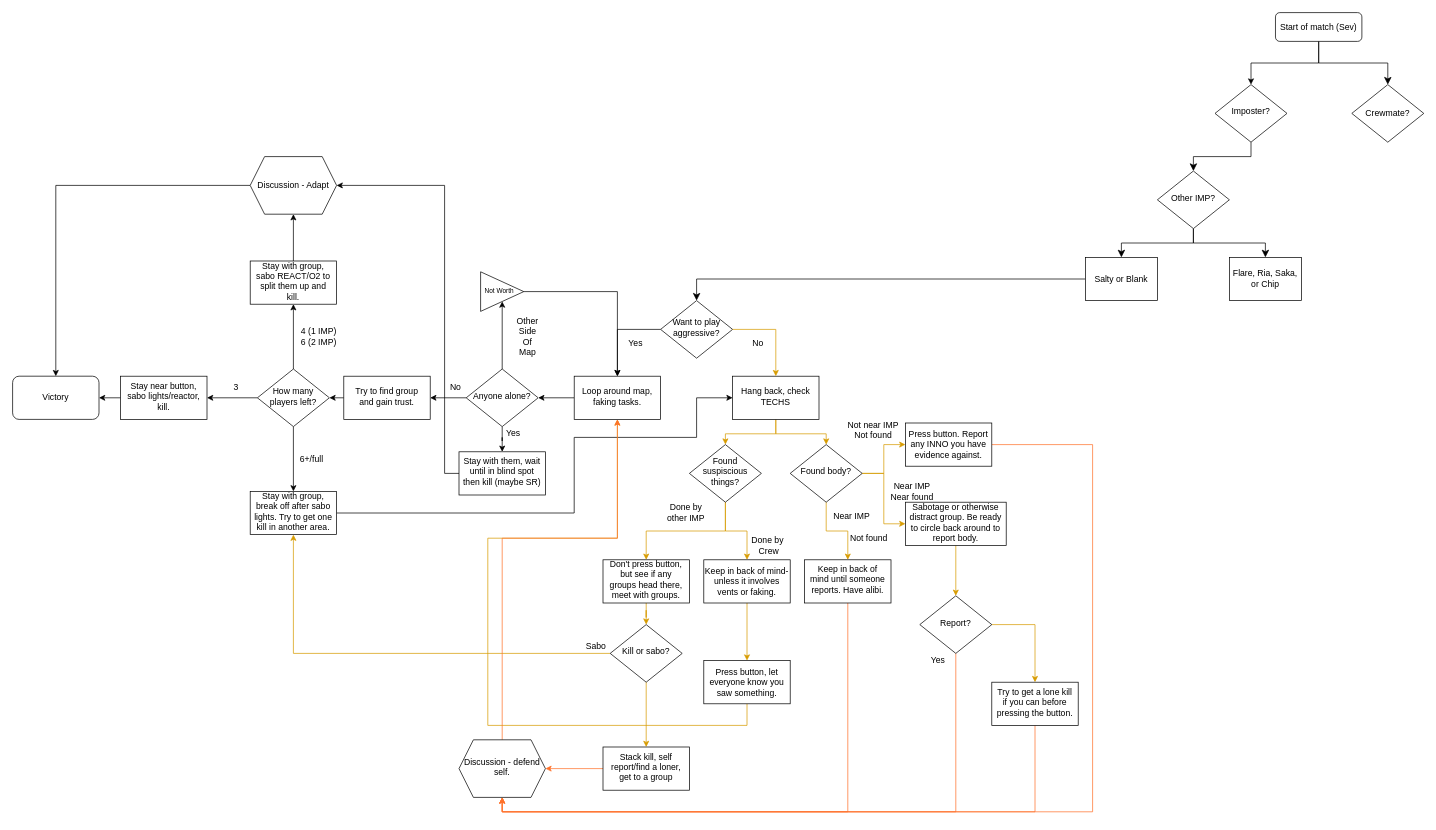
Earlier version of the draw.io diagram Untitled Diagram.drawio (noclueumbreon/My_Projects-ruby-). Source tidied: cells renumbered, new cells numbered last; positions are measured from the earlier drawing's top-left corner, leaving out a move shared by most shapes. Both pictures are drawn from the tidied source at 72%, with x=0, y=0 at pixel (12, 12).
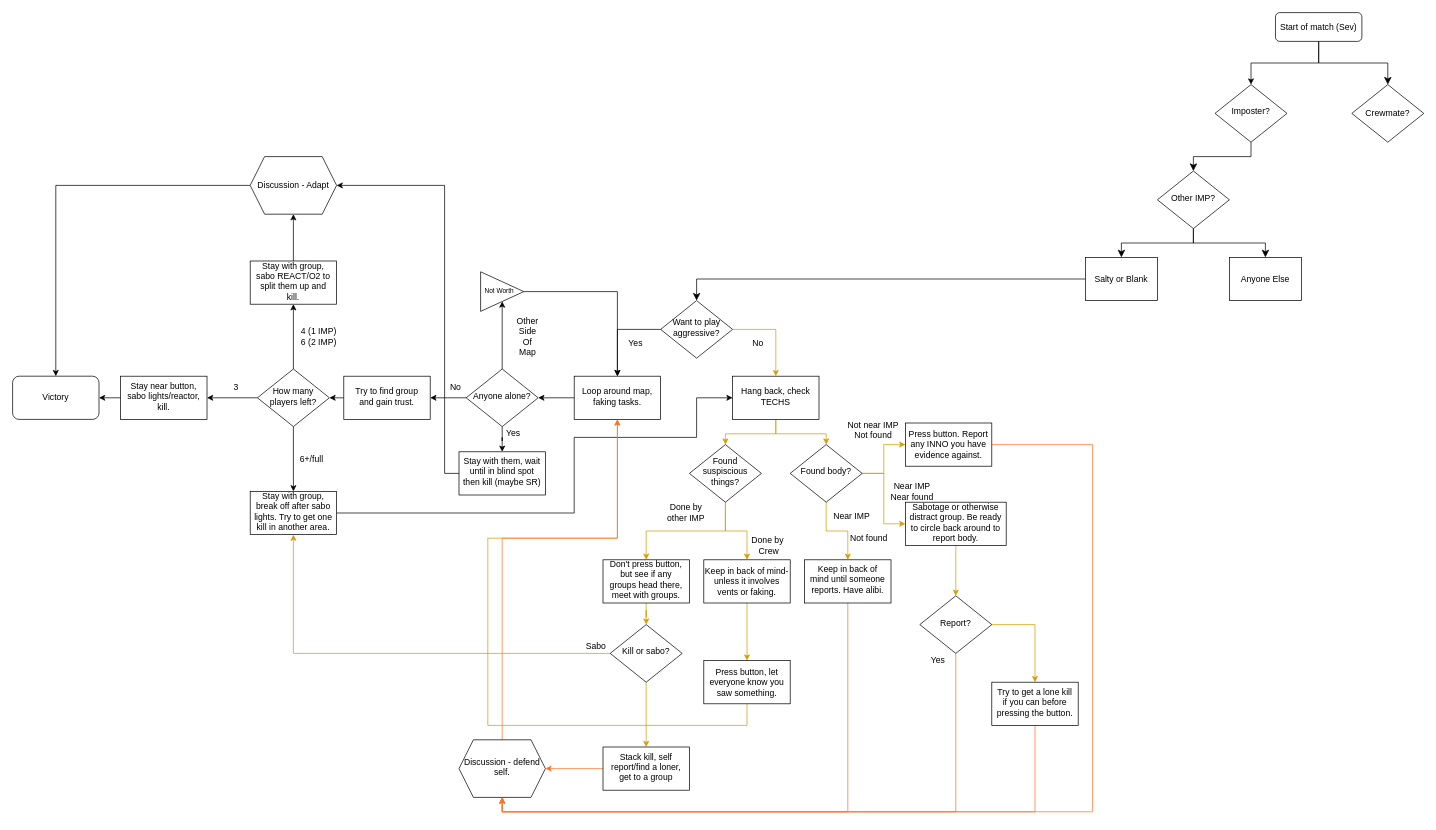
The same page after the edit.

Change to the diagram source:
```diff
@@
-    <mxCell id="13" value="Flare, Ria, Saka, or Chip" style="rounded=0;whiteSpace=wrap;html=1;shadow=0;strokeWidth=1;" parent="1" vertex="1">
+    <mxCell id="13" value="Anyone Else" style="rounded=0;whiteSpace=wrap;html=1;shadow=0;strokeWidth=1;" parent="1" vertex="1">
       <mxGeometry x="1690" y="340" width="100" height="60" as="geometry" />
     </mxCell>
```
